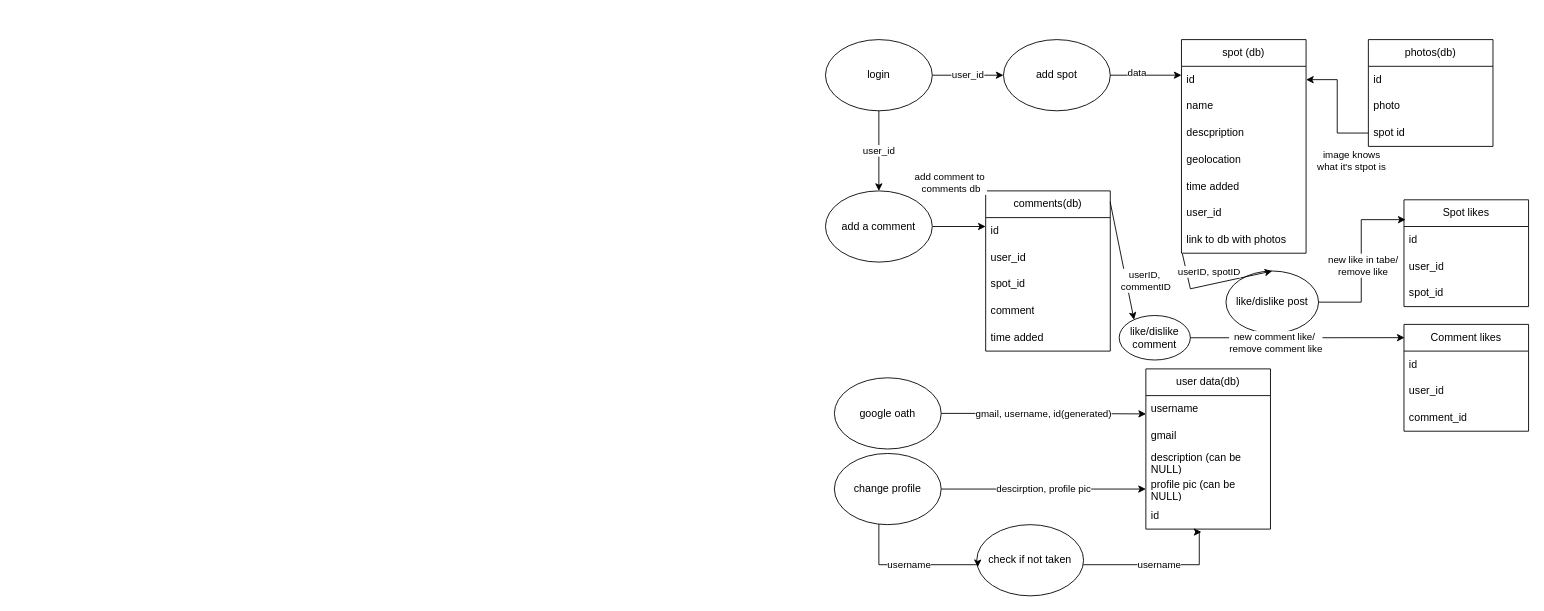
Earlier version of the draw.io diagram Diagramma bez nosaukuma.drawio (shrust1k/CoolSpot). Source tidied: cells renumbered, new cells numbered last; positions are measured from the earlier drawing's top-left corner, leaving out a move shared by most shapes. Both pictures are drawn from the tidied source at 89%, with x=0, y=0 at pixel (825, 39).
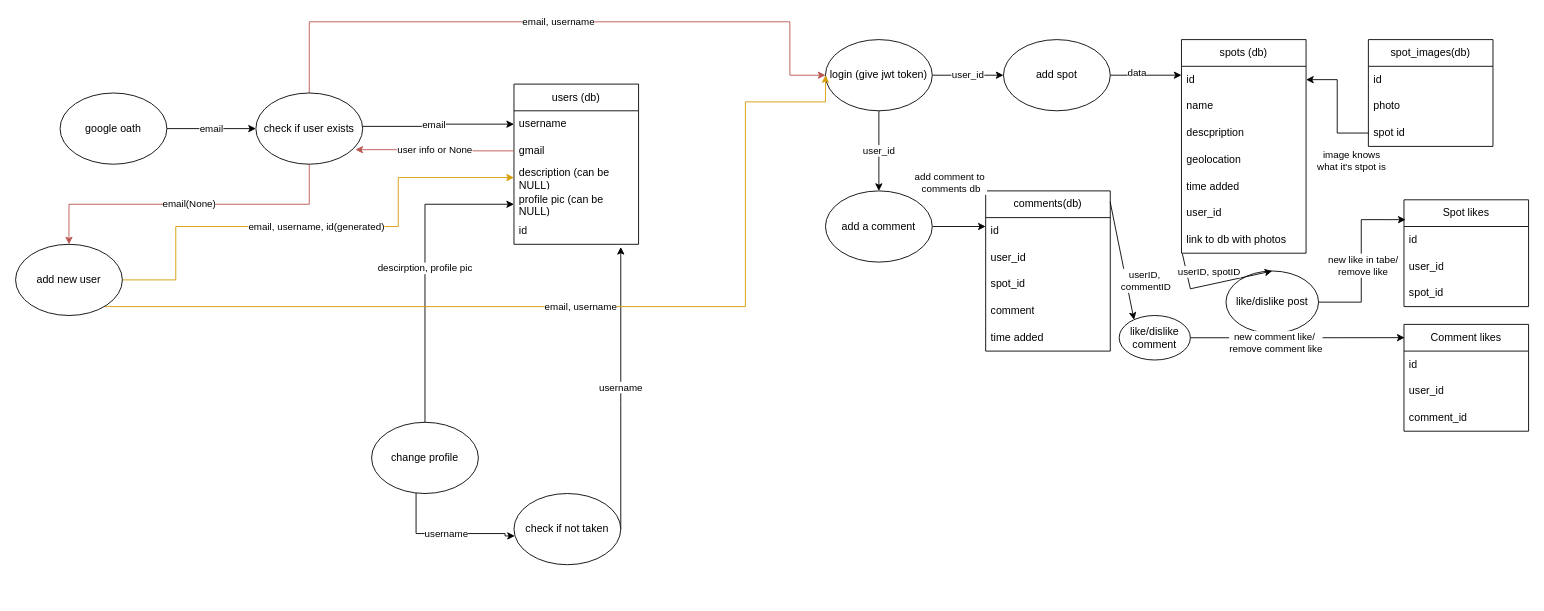
The same diagram, later.

The change refers to these unchanged cells:
```xml
<mxCell id="3" value="username" style="text;strokeColor=none;fillColor=none;align=left;verticalAlign=middle;spacingLeft=4;spacingRight=4;overflow=hidden;points=[[0,0.5],[1,0.5]];portConstraint=eastwest;whiteSpace=wrap;html=1;" parent="2" vertex="1">
  <mxGeometry y="30" width="140" height="30" as="geometry" />
</mxCell>
<mxCell id="4" value="gmail" style="text;strokeColor=none;fillColor=none;align=left;verticalAlign=middle;spacingLeft=4;spacingRight=4;overflow=hidden;points=[[0,0.5],[1,0.5]];portConstraint=eastwest;whiteSpace=wrap;html=1;" parent="2" vertex="1">
  <mxGeometry y="60" width="140" height="30" as="geometry" />
</mxCell>
<mxCell id="5" value="description (can be NULL)" style="text;strokeColor=none;fillColor=none;align=left;verticalAlign=middle;spacingLeft=4;spacingRight=4;overflow=hidden;points=[[0,0.5],[1,0.5]];portConstraint=eastwest;whiteSpace=wrap;html=1;" parent="2" vertex="1">
  <mxGeometry y="90" width="140" height="30" as="geometry" />
</mxCell>
<mxCell id="7" value="id" style="text;strokeColor=none;fillColor=none;align=left;verticalAlign=middle;spacingLeft=4;spacingRight=4;overflow=hidden;points=[[0,0.5],[1,0.5]];portConstraint=eastwest;whiteSpace=wrap;html=1;" parent="2" vertex="1">
  <mxGeometry y="150" width="140" height="30" as="geometry" />
</mxCell>
```

What changed in the source:
```diff
@@
-    <mxCell id="2" value="user data(db)" style="swimlane;fontStyle=0;horizontal=1;startSize=30;whiteSpace=wrap;html=1;" parent="1" vertex="1">
-      <mxGeometry x="360" y="370" width="140" height="180" as="geometry" />
+    <mxCell id="2" value="users (db)" style="swimlane;fontStyle=0;horizontal=1;startSize=30;whiteSpace=wrap;html=1;" parent="1" vertex="1">
+      <mxGeometry x="-350" y="50" width="140" height="180" as="geometry" />
     </mxCell>
@@
+    <mxCell id="62" style="edgeStyle=orthogonalEdgeStyle;rounded=0;jettySize=auto;html=1;" parent="2" edge="1" target="3">
+      <mxGeometry relative="1" as="geometry">
+        <mxPoint x="-170" y="47.5" as="sourcePoint" />
+        <Array as="points">
+          <mxPoint x="-84" y="48" />
+          <mxPoint x="-84" y="45" />
+        </Array>
+      </mxGeometry>
+    </mxCell>
+    <mxCell id="63" value="email" style="edgeLabel;html=1;align=center;verticalAlign=middle;" parent="62" vertex="1">
+      <mxGeometry x="-0.08" y="2" relative="1" as="geometry" />
+    </mxCell>
@@
-    <mxCell id="8" value="gmail, username, id(generated)" style="edgeStyle=orthogonalEdgeStyle;rounded=0;jettySize=auto;html=1;entryX=0.001;entryY=0.686;entryDx=0;entryDy=0;entryPerimeter=0;exitX=1;exitY=0.5;exitDx=0;exitDy=0;" parent="1" edge="1" source="11" target="3">
-      <mxGeometry relative="1" as="geometry" />
+    <mxCell id="8" value="email, username" style="edgeStyle=orthogonalEdgeStyle;rounded=0;jettySize=auto;html=1;entryX=0;entryY=0.5;entryDx=0;entryDy=0;exitX=0.5;exitY=0;exitDx=0;exitDy=0;fillColor=#f8cecc;strokeColor=#b85450;" parent="1" edge="1" source="66" target="30">
+      <mxGeometry relative="1" as="geometry">
+        <Array as="points">
+          <mxPoint x="-580" y="-20" />
+          <mxPoint x="-40" y="-20" />
+          <mxPoint x="-40" y="40" />
+        </Array>
+      </mxGeometry>
     </mxCell>
@@
     <mxCell id="10" value="change profile" style="ellipse;whiteSpace=wrap;html=1;" parent="1" vertex="1">
-      <mxGeometry x="10" y="465" width="120" height="80" as="geometry" />
+      <mxGeometry x="-510" y="430" width="120" height="80" as="geometry" />
     </mxCell>
+    <mxCell id="64" value="email" style="edgeStyle=orthogonalEdgeStyle;rounded=0;jettySize=auto;html=1;entryX=0;entryY=0.5;entryDx=0;entryDy=0;" parent="1" edge="1" source="11" target="66">
+      <mxGeometry relative="1" as="geometry" />
+    </mxCell>
     <mxCell id="11" value="google oath" style="ellipse;whiteSpace=wrap;html=1;" parent="1" vertex="1">
-      <mxGeometry x="10" y="380" width="120" height="80" as="geometry" />
+      <mxGeometry x="-860" y="60" width="120" height="80" as="geometry" />
     </mxCell>
-    <mxCell id="12" value="username" style="edgeStyle=orthogonalEdgeStyle;rounded=0;jettySize=auto;html=1;entryX=0.446;entryY=1.105;entryDx=0;entryDy=0;entryPerimeter=0;" parent="1" edge="1" source="13" target="7">
+    <mxCell id="12" value="username" style="edgeStyle=orthogonalEdgeStyle;rounded=0;jettySize=auto;html=1;" parent="1" edge="1" source="13">
       <mxGeometry relative="1" as="geometry">
+        <mxPoint x="-230" y="233" as="targetPoint" />
         <Array as="points">
-          <mxPoint x="420" y="590" />
-          <mxPoint x="420" y="553" />
+          <mxPoint x="-230" y="410" />
+          <mxPoint x="-230" y="373" />
         </Array>
       </mxGeometry>
     </mxCell>
     <mxCell id="13" value="check if not taken" style="ellipse;whiteSpace=wrap;html=1;" parent="1" vertex="1">
-      <mxGeometry x="170" y="545" width="120" height="80" as="geometry" />
+      <mxGeometry x="-350" y="510" width="120" height="80" as="geometry" />
     </mxCell>
     <mxCell id="14" value="username" style="edgeStyle=orthogonalEdgeStyle;rounded=0;jettySize=auto;html=1;entryX=0.008;entryY=0.596;entryDx=0;entryDy=0;entryPerimeter=0;" parent="1" edge="1" source="10" target="13">
       <mxGeometry relative="1" as="geometry">
         <Array as="points">
-          <mxPoint x="60" y="590" />
-          <mxPoint x="171" y="590" />
+          <mxPoint x="-460" y="555" />
+          <mxPoint x="-360" y="555" />
+          <mxPoint x="-360" y="558" />
         </Array>
       </mxGeometry>
     </mxCell>
@@
-    <mxCell id="16" value="spot (db)" style="swimlane;fontStyle=0;horizontal=1;startSize=30;whiteSpace=wrap;html=1;" parent="1" vertex="1">
+    <mxCell id="16" value="spots (db)" style="swimlane;fontStyle=0;horizontal=1;startSize=30;whiteSpace=wrap;html=1;" parent="1" vertex="1">
       <mxGeometry x="400" width="140" height="240" as="geometry" />
     </mxCell>
@@
-    <mxCell id="24" value="photos(db)" style="swimlane;fontStyle=0;horizontal=1;startSize=30;whiteSpace=wrap;html=1;" parent="1" vertex="1">
+    <mxCell id="24" value="spot_images(db)" style="swimlane;fontStyle=0;horizontal=1;startSize=30;whiteSpace=wrap;html=1;" parent="1" vertex="1">
       <mxGeometry x="610" width="140" height="120" as="geometry" />
     </mxCell>
@@
-    <mxCell id="30" value="login" style="ellipse;whiteSpace=wrap;html=1;" parent="1" vertex="1">
+    <mxCell id="30" value="login (give jwt token)" style="ellipse;whiteSpace=wrap;html=1;" parent="1" vertex="1">
       <mxGeometry width="120" height="80" as="geometry" />
     </mxCell>
@@
+    <mxCell id="65" value="email(None)" style="edgeStyle=orthogonalEdgeStyle;rounded=0;jettySize=auto;html=1;exitX=0.5;exitY=1;exitDx=0;exitDy=0;entryX=0.5;entryY=0;entryDx=0;entryDy=0;fillColor=#f8cecc;strokeColor=#b85450;" parent="1" edge="1" source="66" target="70">
+      <mxGeometry relative="1" as="geometry" />
+    </mxCell>
+    <mxCell id="66" value="check if user exists" style="ellipse;whiteSpace=wrap;html=1;" parent="1" vertex="1">
+      <mxGeometry x="-640" y="60" width="120" height="80" as="geometry" />
+    </mxCell>
+    <mxCell id="67" value="user info or None" style="edgeStyle=orthogonalEdgeStyle;rounded=0;jettySize=auto;html=1;entryX=0.932;entryY=0.796;entryDx=0;entryDy=0;entryPerimeter=0;fillColor=#f8cecc;strokeColor=#b85450;" parent="1" edge="1" source="4" target="66">
+      <mxGeometry relative="1" as="geometry" />
+    </mxCell>
+    <mxCell id="68" value="email, username, id(generated)" style="edgeStyle=orthogonalEdgeStyle;rounded=0;jettySize=auto;html=1;fillColor=#ffe6cc;strokeColor=#d79b00;" parent="1" edge="1" source="70" target="5">
+      <mxGeometry relative="1" as="geometry">
+        <Array as="points">
+          <mxPoint x="-730" y="210" />
+          <mxPoint x="-480" y="210" />
+          <mxPoint x="-480" y="155" />
+        </Array>
+      </mxGeometry>
+    </mxCell>
+    <mxCell id="69" value="email, username" style="edgeStyle=orthogonalEdgeStyle;rounded=0;jettySize=auto;html=1;entryX=0;entryY=0.5;entryDx=0;entryDy=0;fillColor=#ffe6cc;strokeColor=#d79b00;" parent="1" edge="1" source="70" target="30">
+      <mxGeometry relative="1" as="geometry">
+        <Array as="points">
+          <mxPoint x="-90" y="300" />
+          <mxPoint x="-90" y="70" />
+          <mxPoint y="70" />
+        </Array>
+      </mxGeometry>
+    </mxCell>
+    <mxCell id="70" value="add new user" style="ellipse;whiteSpace=wrap;html=1;" parent="1" vertex="1">
+      <mxGeometry x="-910" y="230" width="120" height="80" as="geometry" />
+    </mxCell>
```
